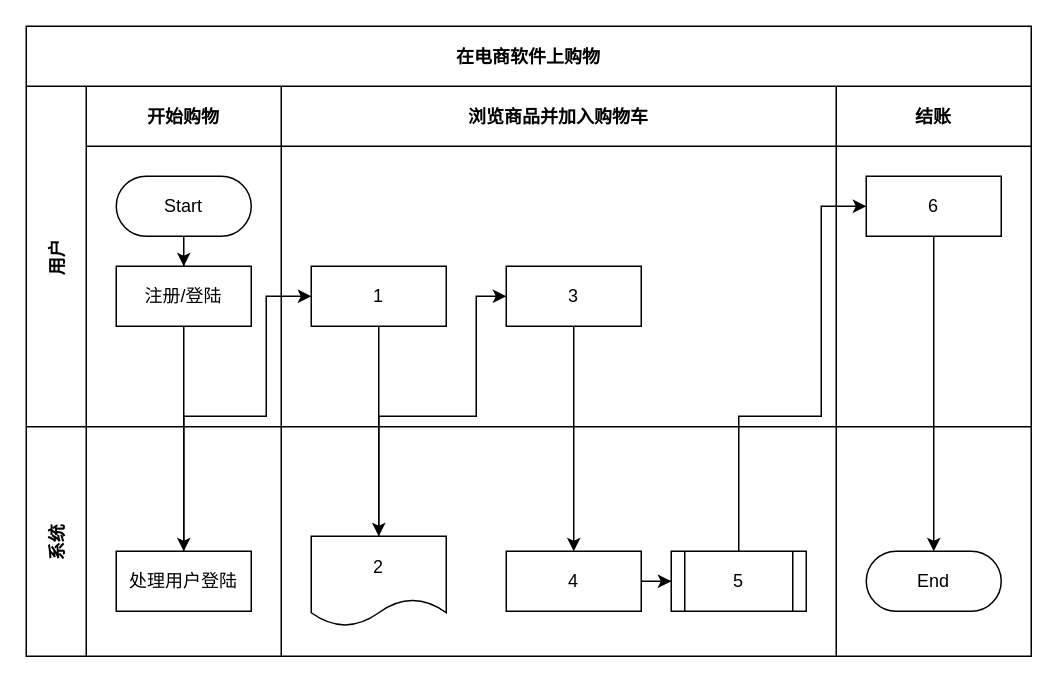
This is 业务流程图-京东.drawio from Lxlorange/drawio, a draw.io file, before an edit. Source tidied: cells renumbered, new cells numbered last; positions are measured from the earlier drawing's top-left corner, leaving out a move shared by most shapes. Both pictures are drawn from the tidied source at 150%, with x=0, y=0 at pixel (26, 26).
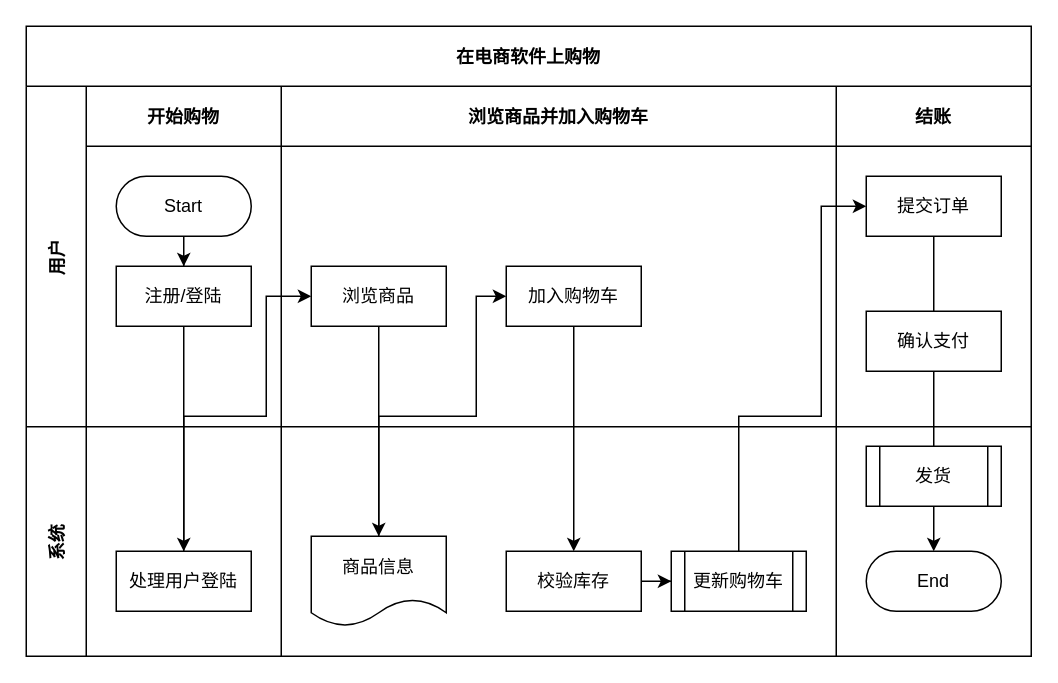
The same diagram, later.

Commit message:
Update 业务流程图-京东.drawio

The change refers to these unchanged cells:
```xml
<mxCell id="2" value="在电商软件上购物" style="shape=table;childLayout=tableLayout;startSize=40;fillColor=none;fontStyle=1;" parent="1" vertex="1">
  <mxGeometry width="670" height="420" as="geometry" />
</mxCell>
<mxCell id="9" value="浏览商品并加入购物车" style="swimlane;swimlaneHead=0;swimlaneBody=0;fillColor=none;startSize=40;fontStyle=1;" parent="4" vertex="1">
  <mxGeometry x="170" width="370" height="227" as="geometry" />
</mxCell>
<mxCell id="12" value="结账" style="swimlane;swimlaneHead=0;swimlaneBody=0;fillColor=none;startSize=40;fontStyle=1;" parent="4" vertex="1">
  <mxGeometry x="540" width="130" height="227" as="geometry" />
</mxCell>
<mxCell id="17" style="swimlane;swimlaneHead=0;swimlaneBody=0;fillColor=none;startSize=0;fontStyle=1;" parent="14" vertex="1">
  <mxGeometry x="170" width="370" height="153" as="geometry" />
</mxCell>
<mxCell id="22" style="swimlane;swimlaneHead=0;swimlaneBody=0;fillColor=none;startSize=0;fontStyle=1;" parent="14" vertex="1">
  <mxGeometry x="540" width="130" height="153" as="geometry" />
</mxCell>
<mxCell id="23" value="End" style="rounded=1;whiteSpace=wrap;html=1;arcSize=50;" parent="22" vertex="1">
  <mxGeometry x="20" y="83" width="90" height="40" as="geometry" />
</mxCell>
```

What changed in the source:
```diff
@@
-    <mxCell id="10" value="1" style="rounded=0;whiteSpace=wrap;html=1;" parent="9" vertex="1">
+    <mxCell id="10" value="浏览商品" style="rounded=0;whiteSpace=wrap;html=1;" parent="9" vertex="1">
       <mxGeometry x="20" y="120" width="90" height="40" as="geometry" />
     </mxCell>
-    <mxCell id="11" value="3" style="rounded=0;whiteSpace=wrap;html=1;" parent="9" vertex="1">
+    <mxCell id="11" value="加入购物车" style="rounded=0;whiteSpace=wrap;html=1;" parent="9" vertex="1">
       <mxGeometry x="150" y="120" width="90" height="40" as="geometry" />
     </mxCell>
@@
-    <mxCell id="13" value="6" style="rounded=0;whiteSpace=wrap;html=1;" parent="12" vertex="1">
+    <mxCell id="13" value="提交订单" style="rounded=0;whiteSpace=wrap;html=1;" parent="12" vertex="1">
       <mxGeometry x="20" y="60" width="90" height="40" as="geometry" />
     </mxCell>
+    <mxCell id="30" value="确认支付" style="rounded=0;whiteSpace=wrap;html=1;" parent="12" vertex="1">
+      <mxGeometry x="20" y="150" width="90" height="40" as="geometry" />
+    </mxCell>
+    <mxCell id="31" style="endArrow=none;html=1;rounded=0;entryX=0.5;entryY=1;entryDx=0;entryDy=0;exitX=0.5;exitY=0;exitDx=0;exitDy=0;" parent="12" edge="1" source="30" target="13">
+      <mxGeometry relative="1" as="geometry" />
+    </mxCell>
@@
-    <mxCell id="19" value="4" style="rounded=0;whiteSpace=wrap;html=1;" parent="17" vertex="1">
+    <mxCell id="19" value="校验库存" style="rounded=0;whiteSpace=wrap;html=1;" parent="17" vertex="1">
       <mxGeometry x="150" y="83" width="90" height="40" as="geometry" />
     </mxCell>
-    <mxCell id="20" value="2" style="shape=document;whiteSpace=wrap;html=1;boundedLbl=1;" parent="17" vertex="1">
+    <mxCell id="20" value="商品信息" style="shape=document;whiteSpace=wrap;html=1;boundedLbl=1;" parent="17" vertex="1">
       <mxGeometry x="20" y="73" width="90" height="60" as="geometry" />
     </mxCell>
-    <mxCell id="21" value="5" style="shape=process;whiteSpace=wrap;html=1;backgroundOutline=1;" parent="17" vertex="1">
+    <mxCell id="21" value="更新购物车" style="shape=process;whiteSpace=wrap;html=1;backgroundOutline=1;" parent="17" vertex="1">
       <mxGeometry x="260" y="83" width="90" height="40" as="geometry" />
     </mxCell>
@@
+    <mxCell id="32" value="发货" style="shape=process;whiteSpace=wrap;html=1;backgroundOutline=1;" parent="22" vertex="1">
+      <mxGeometry x="20" y="13" width="90" height="40" as="geometry" />
+    </mxCell>
+    <mxCell id="29" style="edgeStyle=orthogonalEdgeStyle;rounded=0;jettySize=auto;html=1;exitX=0.5;exitY=1;exitDx=0;exitDy=0;" parent="22" edge="1" source="32" target="23">
+      <mxGeometry relative="1" as="geometry" />
+    </mxCell>
@@
-    <mxCell id="29" style="edgeStyle=orthogonalEdgeStyle;rounded=0;jettySize=auto;html=1;" parent="2" edge="1" source="13" target="23">
-      <mxGeometry relative="1" as="geometry" />
-    </mxCell>
+    <mxCell id="33" style="endArrow=none;html=1;rounded=0;entryX=0.5;entryY=1;entryDx=0;entryDy=0;exitX=0.5;exitY=0;exitDx=0;exitDy=0;" parent="2" edge="1" source="32" target="30">
+      <mxGeometry relative="1" as="geometry" />
+    </mxCell>
```
